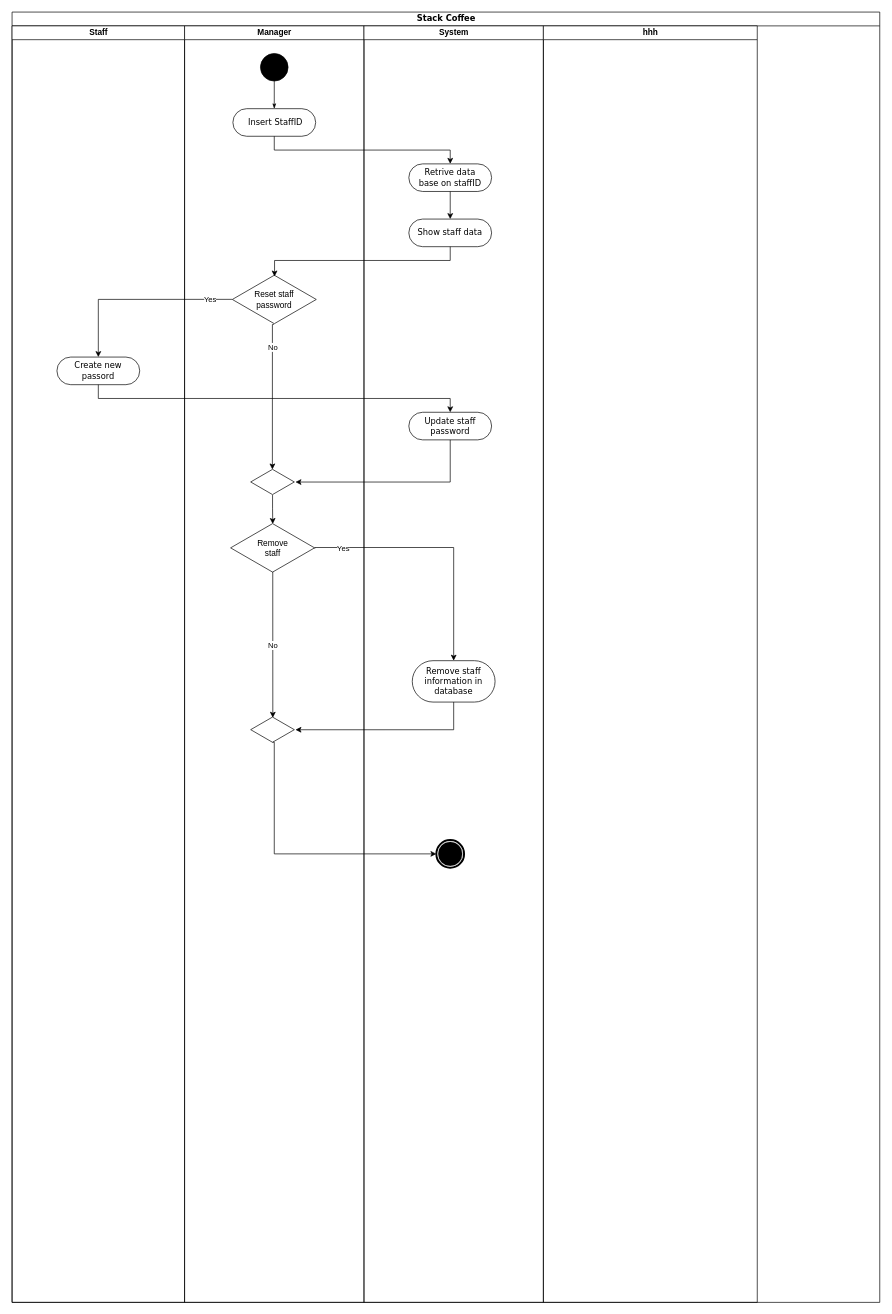
Abcdavid00/Cafe-Management-Application keeps this draw.io diagram as page "CheckStaff" (3 of 6) of Diagrams/ActivityDiagram.drawio. Above is the earlier version. Source tidied: cells renumbered, new cells numbered last; positions are measured from the earlier drawing's top-left corner, leaving out a move shared by most shapes. Both pictures are drawn from the tidied source at 69%, with x=0, y=0 at pixel (12, 12).
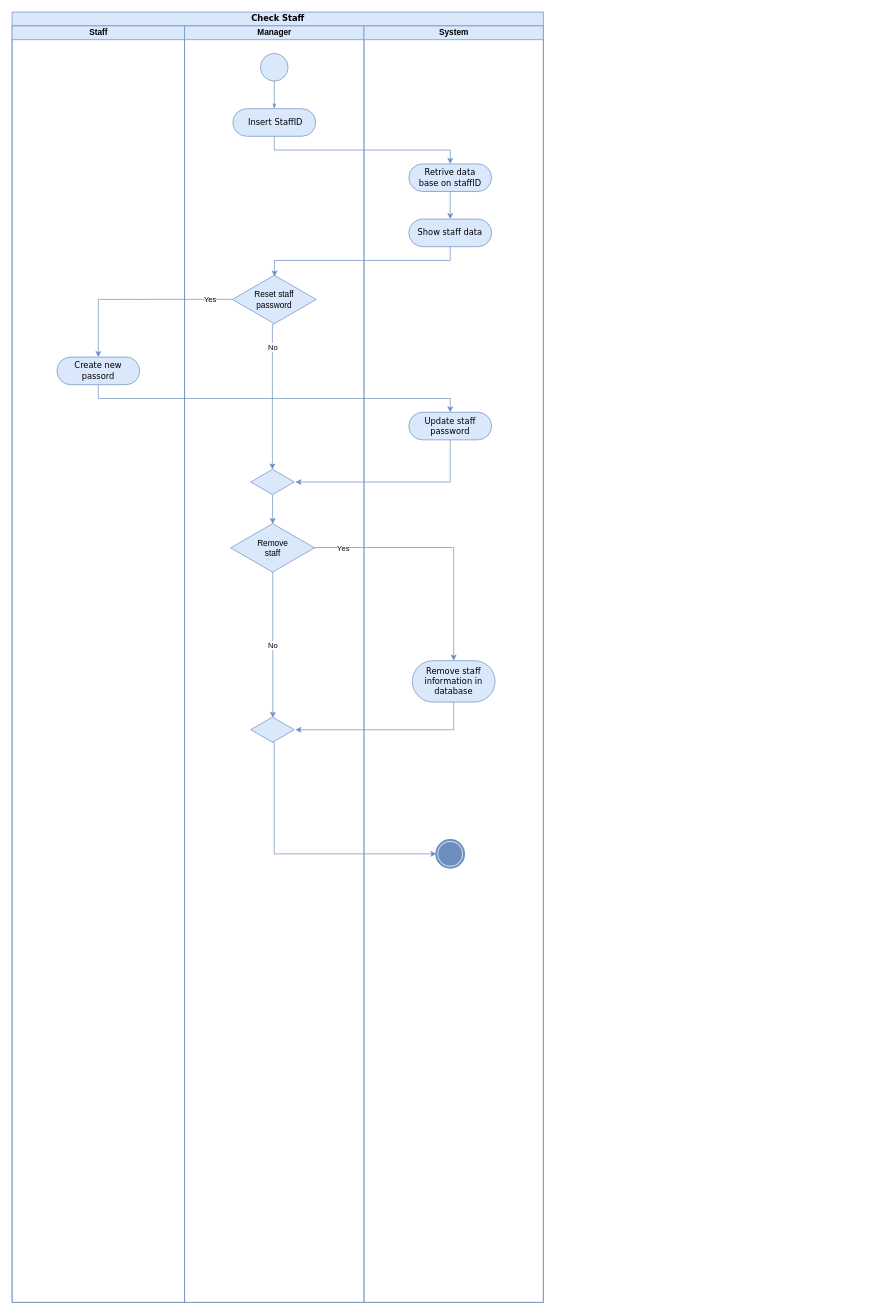
After the change.

Diff of the diagram source:
```diff
@@
-    <mxCell id="2" value="Stack Coffee" style="swimlane;html=1;startSize=20;rounded=0;shadow=0;comic=0;labelBackgroundColor=none;strokeWidth=1;fontFamily=Verdana;fontSize=12;align=center;" parent="1" vertex="1">
-      <mxGeometry width="1257.5" height="1870" as="geometry" />
+    <mxCell id="2" value="Check Staff" style="swimlane;html=1;startSize=20;rounded=0;shadow=0;comic=0;labelBackgroundColor=none;strokeWidth=1;fontFamily=Verdana;fontSize=12;align=center;fillColor=#dae8fc;strokeColor=#6c8ebf;" parent="1" vertex="1">
+      <mxGeometry width="770" height="1870" as="geometry" />
     </mxCell>
-    <mxCell id="3" value="Staff" style="swimlane;html=1;startSize=20;" parent="2" vertex="1">
+    <mxCell id="3" value="Staff" style="swimlane;html=1;startSize=20;fillColor=#dae8fc;strokeColor=#6c8ebf;" parent="2" vertex="1">
       <mxGeometry y="20" width="250" height="1850" as="geometry" />
     </mxCell>
-    <mxCell id="4" value="Create new passord" style="rounded=1;whiteSpace=wrap;html=1;shadow=0;comic=0;labelBackgroundColor=none;strokeWidth=1;fontFamily=Verdana;fontSize=12;align=center;arcSize=50;" parent="3" vertex="1">
+    <mxCell id="4" value="Create new passord" style="rounded=1;whiteSpace=wrap;html=1;shadow=0;comic=0;labelBackgroundColor=none;strokeWidth=1;fontFamily=Verdana;fontSize=12;align=center;arcSize=50;fillColor=#dae8fc;strokeColor=#6c8ebf;" parent="3" vertex="1">
       <mxGeometry x="65" y="480" width="120" height="40" as="geometry" />
     </mxCell>
-    <mxCell id="5" value="Manager" style="swimlane;html=1;startSize=20;" parent="2" vertex="1">
+    <mxCell id="5" value="Manager" style="swimlane;html=1;startSize=20;fillColor=#dae8fc;strokeColor=#6c8ebf;" parent="2" vertex="1">
       <mxGeometry x="250" y="20" width="260" height="1850" as="geometry" />
     </mxCell>
-    <mxCell id="6" style="ellipse;whiteSpace=wrap;html=1;rounded=0;shadow=0;comic=0;labelBackgroundColor=none;strokeWidth=1;fillColor=#000000;fontFamily=Verdana;fontSize=12;align=center;" parent="5" vertex="1">
+    <mxCell id="6" style="ellipse;whiteSpace=wrap;html=1;rounded=0;shadow=0;comic=0;labelBackgroundColor=none;strokeWidth=1;fillColor=#dae8fc;fontFamily=Verdana;fontSize=12;align=center;strokeColor=#6c8ebf;" parent="5" vertex="1">
       <mxGeometry x="110" y="40" width="40" height="40" as="geometry" />
     </mxCell>
-    <mxCell id="7" style="edgeStyle=orthogonalEdgeStyle;rounded=0;html=1;labelBackgroundColor=none;startArrow=none;startFill=0;startSize=5;endArrow=classicThin;endFill=1;endSize=5;jettySize=auto;strokeWidth=1;fontFamily=Verdana;fontSize=12;entryX=0.5;entryY=0;entryDx=0;entryDy=0;" parent="5" edge="1" source="6" target="8">
+    <mxCell id="7" style="edgeStyle=orthogonalEdgeStyle;rounded=0;html=1;labelBackgroundColor=none;startArrow=none;startFill=0;startSize=5;endArrow=classicThin;endFill=1;endSize=5;jettySize=auto;strokeWidth=1;fontFamily=Verdana;fontSize=12;entryX=0.5;entryY=0;entryDx=0;entryDy=0;fillColor=#dae8fc;strokeColor=#6c8ebf;" parent="5" edge="1" source="6" target="8">
       <mxGeometry relative="1" as="geometry" />
     </mxCell>
-    <mxCell id="8" value="&amp;nbsp;Insert StaffID" style="rounded=1;whiteSpace=wrap;html=1;shadow=0;comic=0;labelBackgroundColor=none;strokeWidth=1;fontFamily=Verdana;fontSize=12;align=center;arcSize=50;" parent="5" vertex="1">
+    <mxCell id="8" value="&amp;nbsp;Insert StaffID" style="rounded=1;whiteSpace=wrap;html=1;shadow=0;comic=0;labelBackgroundColor=none;strokeWidth=1;fontFamily=Verdana;fontSize=12;align=center;arcSize=50;fillColor=#dae8fc;strokeColor=#6c8ebf;" parent="5" vertex="1">
       <mxGeometry x="70" y="120" width="120" height="40" as="geometry" />
     </mxCell>
-    <mxCell id="9" value="Reset staff&lt;br&gt;password" style="html=1;whiteSpace=wrap;shape=isoRectangle;" parent="5" vertex="1">
+    <mxCell id="9" value="Reset staff&lt;br&gt;password" style="html=1;whiteSpace=wrap;shape=isoRectangle;fillColor=#dae8fc;strokeColor=#6c8ebf;" parent="5" vertex="1">
       <mxGeometry x="69.2" y="360" width="121.7" height="73" as="geometry" />
     </mxCell>
-    <mxCell id="10" style="edgeStyle=orthogonalEdgeStyle;rounded=0;jettySize=auto;html=1;entryX=0.502;entryY=0.026;entryDx=0;entryDy=0;entryPerimeter=0;" parent="5" edge="1" source="11" target="14">
+    <mxCell id="10" style="edgeStyle=orthogonalEdgeStyle;rounded=0;jettySize=auto;html=1;entryX=0.502;entryY=0.026;entryDx=0;entryDy=0;entryPerimeter=0;fillColor=#dae8fc;strokeColor=#6c8ebf;" parent="5" edge="1" source="11" target="14">
       <mxGeometry relative="1" as="geometry" />
     </mxCell>
-    <mxCell id="11" style="html=1;whiteSpace=wrap;shape=isoRectangle;" parent="5" vertex="1">
+    <mxCell id="11" style="html=1;whiteSpace=wrap;shape=isoRectangle;fillColor=#dae8fc;strokeColor=#6c8ebf;" parent="5" vertex="1">
       <mxGeometry x="95.8" y="642" width="63.3" height="38" as="geometry" />
     </mxCell>
-    <mxCell id="12" style="edgeStyle=orthogonalEdgeStyle;rounded=0;jettySize=auto;html=1;exitX=0.495;exitY=0.996;exitDx=0;exitDy=0;entryX=0.497;entryY=0.023;entryDx=0;entryDy=0;entryPerimeter=0;exitPerimeter=0;" parent="5" edge="1" source="9" target="11">
+    <mxCell id="12" style="edgeStyle=orthogonalEdgeStyle;rounded=0;jettySize=auto;html=1;exitX=0.495;exitY=0.996;exitDx=0;exitDy=0;entryX=0.497;entryY=0.023;entryDx=0;entryDy=0;entryPerimeter=0;exitPerimeter=0;fillColor=#dae8fc;strokeColor=#6c8ebf;" parent="5" edge="1" source="9" target="11">
       <mxGeometry relative="1" as="geometry">
         <Array as="points">
           <mxPoint x="127" y="433" />
         </Array>
       </mxGeometry>
     </mxCell>
@@
-    <mxCell id="14" value="Remove&lt;br&gt;staff" style="html=1;whiteSpace=wrap;shape=isoRectangle;" parent="5" vertex="1">
+    <mxCell id="14" value="Remove&lt;br&gt;staff" style="html=1;whiteSpace=wrap;shape=isoRectangle;fillColor=#dae8fc;strokeColor=#6c8ebf;" parent="5" vertex="1">
       <mxGeometry x="66.7" y="720" width="121.7" height="73" as="geometry" />
     </mxCell>
-    <mxCell id="15" style="html=1;whiteSpace=wrap;shape=isoRectangle;" parent="5" vertex="1">
+    <mxCell id="15" style="html=1;whiteSpace=wrap;shape=isoRectangle;fillColor=#dae8fc;strokeColor=#6c8ebf;" parent="5" vertex="1">
       <mxGeometry x="95.8" y="1001" width="63.3" height="38" as="geometry" />
     </mxCell>
-    <mxCell id="16" style="endArrow=classic;html=1;rounded=0;exitX=0.502;exitY=0.977;exitDx=0;exitDy=0;exitPerimeter=0;entryX=0.507;entryY=0.045;entryDx=0;entryDy=0;entryPerimeter=0;" parent="5" edge="1" source="14" target="15">
+    <mxCell id="16" style="endArrow=classic;html=1;rounded=0;exitX=0.502;exitY=0.977;exitDx=0;exitDy=0;exitPerimeter=0;entryX=0.507;entryY=0.045;entryDx=0;entryDy=0;entryPerimeter=0;fillColor=#dae8fc;strokeColor=#6c8ebf;" parent="5" edge="1" source="14" target="15">
       <mxGeometry relative="1" as="geometry" />
     </mxCell>
@@
-    <mxCell id="18" value="System" style="swimlane;html=1;startSize=20;direction=east;" parent="2" vertex="1">
+    <mxCell id="18" value="System" style="swimlane;html=1;startSize=20;direction=east;fillColor=#dae8fc;strokeColor=#6c8ebf;" parent="2" vertex="1">
       <mxGeometry x="510" y="20" width="260" height="1850" as="geometry" />
     </mxCell>
-    <mxCell id="19" value="Update staff&lt;br&gt;password" style="rounded=1;whiteSpace=wrap;html=1;shadow=0;comic=0;labelBackgroundColor=none;strokeWidth=1;fontFamily=Verdana;fontSize=12;align=center;arcSize=50;" parent="18" vertex="1">
+    <mxCell id="19" value="Update staff&lt;br&gt;password" style="rounded=1;whiteSpace=wrap;html=1;shadow=0;comic=0;labelBackgroundColor=none;strokeWidth=1;fontFamily=Verdana;fontSize=12;align=center;arcSize=50;fillColor=#dae8fc;strokeColor=#6c8ebf;" parent="18" vertex="1">
       <mxGeometry x="65" y="560" width="120" height="40" as="geometry" />
     </mxCell>
-    <mxCell id="20" value="Retrive data&lt;br&gt;base on staffID" style="rounded=1;whiteSpace=wrap;html=1;shadow=0;comic=0;labelBackgroundColor=none;strokeWidth=1;fontFamily=Verdana;fontSize=12;align=center;arcSize=50;" parent="18" vertex="1">
+    <mxCell id="20" value="Retrive data&lt;br&gt;base on staffID" style="rounded=1;whiteSpace=wrap;html=1;shadow=0;comic=0;labelBackgroundColor=none;strokeWidth=1;fontFamily=Verdana;fontSize=12;align=center;arcSize=50;fillColor=#dae8fc;strokeColor=#6c8ebf;" parent="18" vertex="1">
       <mxGeometry x="65" y="200" width="120" height="40" as="geometry" />
     </mxCell>
-    <mxCell id="21" value="Remove staff information in database" style="rounded=1;whiteSpace=wrap;html=1;shadow=0;comic=0;labelBackgroundColor=none;strokeWidth=1;fontFamily=Verdana;fontSize=12;align=center;arcSize=50;" parent="18" vertex="1">
+    <mxCell id="21" value="Remove staff information in database" style="rounded=1;whiteSpace=wrap;html=1;shadow=0;comic=0;labelBackgroundColor=none;strokeWidth=1;fontFamily=Verdana;fontSize=12;align=center;arcSize=50;fillColor=#dae8fc;strokeColor=#6c8ebf;" parent="18" vertex="1">
       <mxGeometry x="70" y="920" width="120" height="60" as="geometry" />
     </mxCell>
-    <mxCell id="22" style="shape=mxgraph.bpmn.shape;html=1;verticalLabelPosition=bottom;labelBackgroundColor=#ffffff;verticalAlign=top;perimeter=ellipsePerimeter;outline=end;symbol=terminate;rounded=0;shadow=0;comic=0;strokeWidth=1;fontFamily=Verdana;fontSize=12;align=center;" parent="18" vertex="1">
+    <mxCell id="22" style="shape=mxgraph.bpmn.shape;html=1;verticalLabelPosition=bottom;labelBackgroundColor=#ffffff;verticalAlign=top;perimeter=ellipsePerimeter;outline=end;symbol=terminate;rounded=0;shadow=0;comic=0;strokeWidth=1;fontFamily=Verdana;fontSize=12;align=center;fillColor=#dae8fc;strokeColor=#6c8ebf;" parent="18" vertex="1">
       <mxGeometry x="105" y="1180" width="40" height="40" as="geometry" />
     </mxCell>
-    <mxCell id="23" value="Show staff data" style="rounded=1;whiteSpace=wrap;html=1;shadow=0;comic=0;labelBackgroundColor=none;strokeWidth=1;fontFamily=Verdana;fontSize=12;align=center;arcSize=50;" parent="18" vertex="1">
+    <mxCell id="23" value="Show staff data" style="rounded=1;whiteSpace=wrap;html=1;shadow=0;comic=0;labelBackgroundColor=none;strokeWidth=1;fontFamily=Verdana;fontSize=12;align=center;arcSize=50;fillColor=#dae8fc;strokeColor=#6c8ebf;" parent="18" vertex="1">
       <mxGeometry x="65" y="280" width="120" height="40" as="geometry" />
     </mxCell>
-    <mxCell id="24" style="edgeStyle=orthogonalEdgeStyle;rounded=0;jettySize=auto;html=1;exitX=0.5;exitY=1;exitDx=0;exitDy=0;entryX=0.5;entryY=0;entryDx=0;entryDy=0;" parent="18" edge="1" source="20" target="23">
+    <mxCell id="24" style="edgeStyle=orthogonalEdgeStyle;rounded=0;jettySize=auto;html=1;exitX=0.5;exitY=1;exitDx=0;exitDy=0;entryX=0.5;entryY=0;entryDx=0;entryDy=0;fillColor=#dae8fc;strokeColor=#6c8ebf;" parent="18" edge="1" source="20" target="23">
       <mxGeometry relative="1" as="geometry" />
     </mxCell>
-    <mxCell id="25" value="hhh" style="swimlane;html=1;startSize=20;direction=east;" parent="2" vertex="1">
-      <mxGeometry x="770" y="20" width="310" height="1850" as="geometry" />
-    </mxCell>
-    <mxCell id="26" style="edgeStyle=orthogonalEdgeStyle;rounded=0;jettySize=auto;html=1;exitX=0.5;exitY=1;exitDx=0;exitDy=0;entryX=0.5;entryY=0;entryDx=0;entryDy=0;" parent="2" edge="1" source="8" target="20">
+    <mxCell id="26" style="edgeStyle=orthogonalEdgeStyle;rounded=0;jettySize=auto;html=1;exitX=0.5;exitY=1;exitDx=0;exitDy=0;entryX=0.5;entryY=0;entryDx=0;entryDy=0;fillColor=#dae8fc;strokeColor=#6c8ebf;" parent="2" edge="1" source="8" target="20">
       <mxGeometry relative="1" as="geometry" />
     </mxCell>
-    <mxCell id="27" style="edgeStyle=orthogonalEdgeStyle;rounded=0;jettySize=auto;html=1;exitX=-0.004;exitY=0.498;exitDx=0;exitDy=0;entryX=0.5;entryY=0;entryDx=0;entryDy=0;exitPerimeter=0;" parent="2" edge="1" source="9" target="4">
+    <mxCell id="27" style="edgeStyle=orthogonalEdgeStyle;rounded=0;jettySize=auto;html=1;exitX=-0.004;exitY=0.498;exitDx=0;exitDy=0;entryX=0.5;entryY=0;entryDx=0;entryDy=0;exitPerimeter=0;fillColor=#dae8fc;strokeColor=#6c8ebf;" parent="2" edge="1" source="9" target="4">
       <mxGeometry relative="1" as="geometry" />
     </mxCell>
@@
-    <mxCell id="29" style="edgeStyle=orthogonalEdgeStyle;rounded=0;jettySize=auto;html=1;exitX=0.5;exitY=1;exitDx=0;exitDy=0;" parent="2" edge="1" source="4" target="19">
+    <mxCell id="29" style="edgeStyle=orthogonalEdgeStyle;rounded=0;jettySize=auto;html=1;exitX=0.5;exitY=1;exitDx=0;exitDy=0;fillColor=#dae8fc;strokeColor=#6c8ebf;" parent="2" edge="1" source="4" target="19">
       <mxGeometry relative="1" as="geometry" />
     </mxCell>
-    <mxCell id="30" style="edgeStyle=orthogonalEdgeStyle;rounded=0;jettySize=auto;html=1;entryX=1.025;entryY=0.503;entryDx=0;entryDy=0;entryPerimeter=0;exitX=0.5;exitY=1;exitDx=0;exitDy=0;" parent="2" edge="1" source="19" target="11">
+    <mxCell id="30" style="edgeStyle=orthogonalEdgeStyle;rounded=0;jettySize=auto;html=1;entryX=1.025;entryY=0.503;entryDx=0;entryDy=0;entryPerimeter=0;exitX=0.5;exitY=1;exitDx=0;exitDy=0;fillColor=#dae8fc;strokeColor=#6c8ebf;" parent="2" edge="1" source="19" target="11">
       <mxGeometry relative="1" as="geometry">
         <Array as="points">
           <mxPoint x="635" y="681" />
         </Array>
       </mxGeometry>
     </mxCell>
-    <mxCell id="31" style="edgeStyle=orthogonalEdgeStyle;rounded=0;jettySize=auto;html=1;entryX=1.025;entryY=0.503;entryDx=0;entryDy=0;entryPerimeter=0;exitX=0.5;exitY=1;exitDx=0;exitDy=0;" parent="2" edge="1" source="21" target="15">
+    <mxCell id="31" style="edgeStyle=orthogonalEdgeStyle;rounded=0;jettySize=auto;html=1;entryX=1.025;entryY=0.503;entryDx=0;entryDy=0;entryPerimeter=0;exitX=0.5;exitY=1;exitDx=0;exitDy=0;fillColor=#dae8fc;strokeColor=#6c8ebf;" parent="2" edge="1" source="21" target="15">
       <mxGeometry relative="1" as="geometry">
         <Array as="points">
           <mxPoint x="640" y="1040" />
         </Array>
       </mxGeometry>
     </mxCell>
-    <mxCell id="32" style="edgeStyle=orthogonalEdgeStyle;rounded=0;jettySize=auto;html=1;entryX=0.5;entryY=0;entryDx=0;entryDy=0;exitX=1.003;exitY=0.514;exitDx=0;exitDy=0;exitPerimeter=0;" parent="2" edge="1" source="14" target="21">
+    <mxCell id="32" style="edgeStyle=orthogonalEdgeStyle;rounded=0;jettySize=auto;html=1;entryX=0.5;entryY=0;entryDx=0;entryDy=0;exitX=1.003;exitY=0.514;exitDx=0;exitDy=0;exitPerimeter=0;fillColor=#dae8fc;strokeColor=#6c8ebf;" parent="2" edge="1" source="14" target="21">
       <mxGeometry relative="1" as="geometry">
         <Array as="points">
           <mxPoint x="640" y="776" />
         </Array>
       </mxGeometry>
     </mxCell>
@@
-    <mxCell id="34" style="edgeStyle=orthogonalEdgeStyle;rounded=0;jettySize=auto;html=1;exitX=0.502;exitY=0.98;exitDx=0;exitDy=0;exitPerimeter=0;entryX=0;entryY=0.5;entryDx=0;entryDy=0;" parent="2" edge="1" source="15" target="22">
+    <mxCell id="34" style="edgeStyle=orthogonalEdgeStyle;rounded=0;jettySize=auto;html=1;exitX=0.502;exitY=0.98;exitDx=0;exitDy=0;exitPerimeter=0;entryX=0;entryY=0.5;entryDx=0;entryDy=0;fillColor=#dae8fc;strokeColor=#6c8ebf;" parent="2" edge="1" source="15" target="22">
       <mxGeometry relative="1" as="geometry">
         <Array as="points">
           <mxPoint x="380" y="1058" />
           <mxPoint x="380" y="1220" />
         </Array>
       </mxGeometry>
     </mxCell>
-    <mxCell id="35" style="edgeStyle=orthogonalEdgeStyle;rounded=0;jettySize=auto;html=1;exitX=0.5;exitY=1;exitDx=0;exitDy=0;entryX=0.503;entryY=0.044;entryDx=0;entryDy=0;entryPerimeter=0;" parent="2" edge="1" source="23" target="9">
+    <mxCell id="35" style="edgeStyle=orthogonalEdgeStyle;rounded=0;jettySize=auto;html=1;exitX=0.5;exitY=1;exitDx=0;exitDy=0;entryX=0.503;entryY=0.044;entryDx=0;entryDy=0;entryPerimeter=0;fillColor=#dae8fc;strokeColor=#6c8ebf;" parent="2" edge="1" source="23" target="9">
       <mxGeometry relative="1" as="geometry" />
     </mxCell>
```
